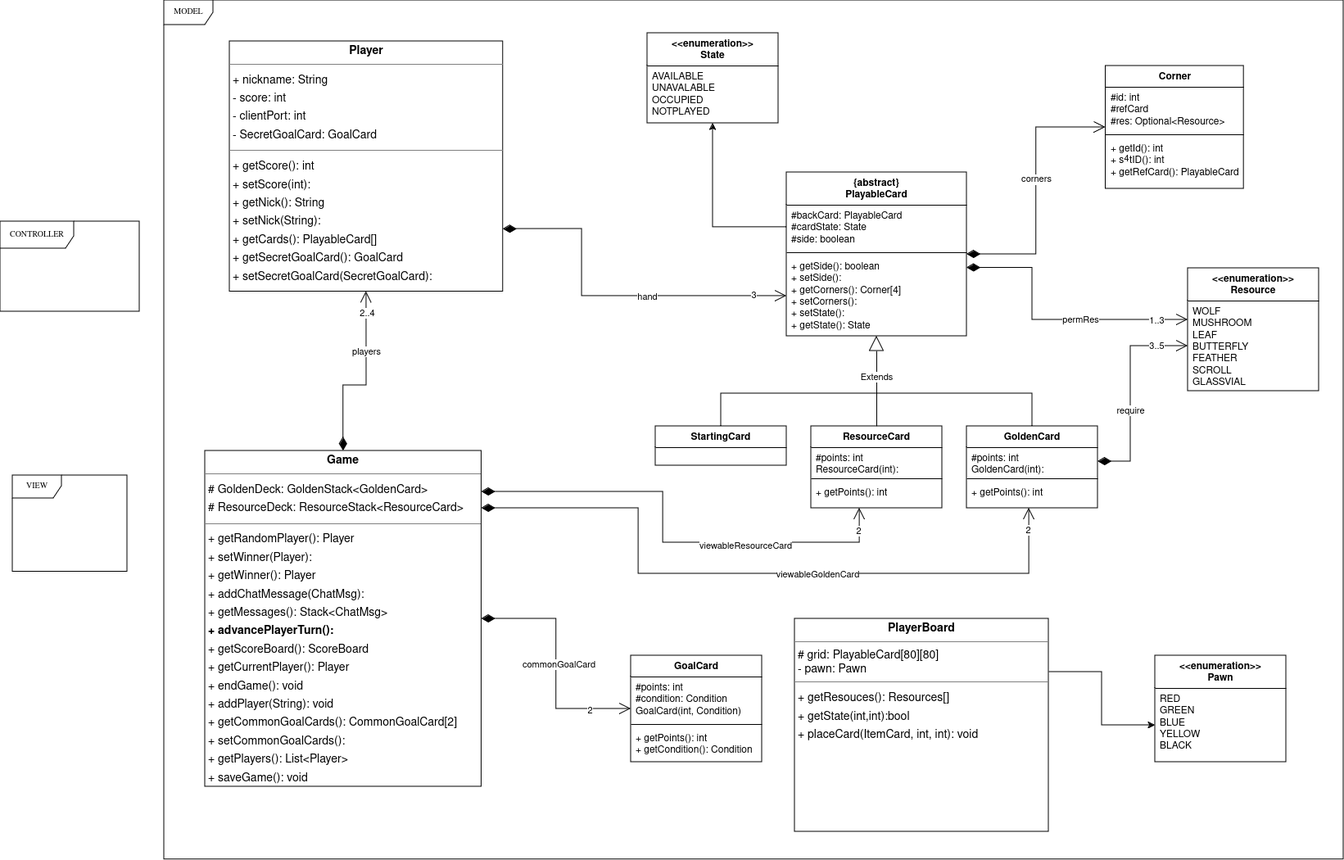
The draw.io diagram UML method.png in RogerTWS02/ing-sw-2024-Esposito-Falzoni-Frisone-Grassi, before a commit. Source tidied: cells renumbered, new cells last; positions are measured from the earlier drawing's top-left corner, leaving out a move shared by most shapes.
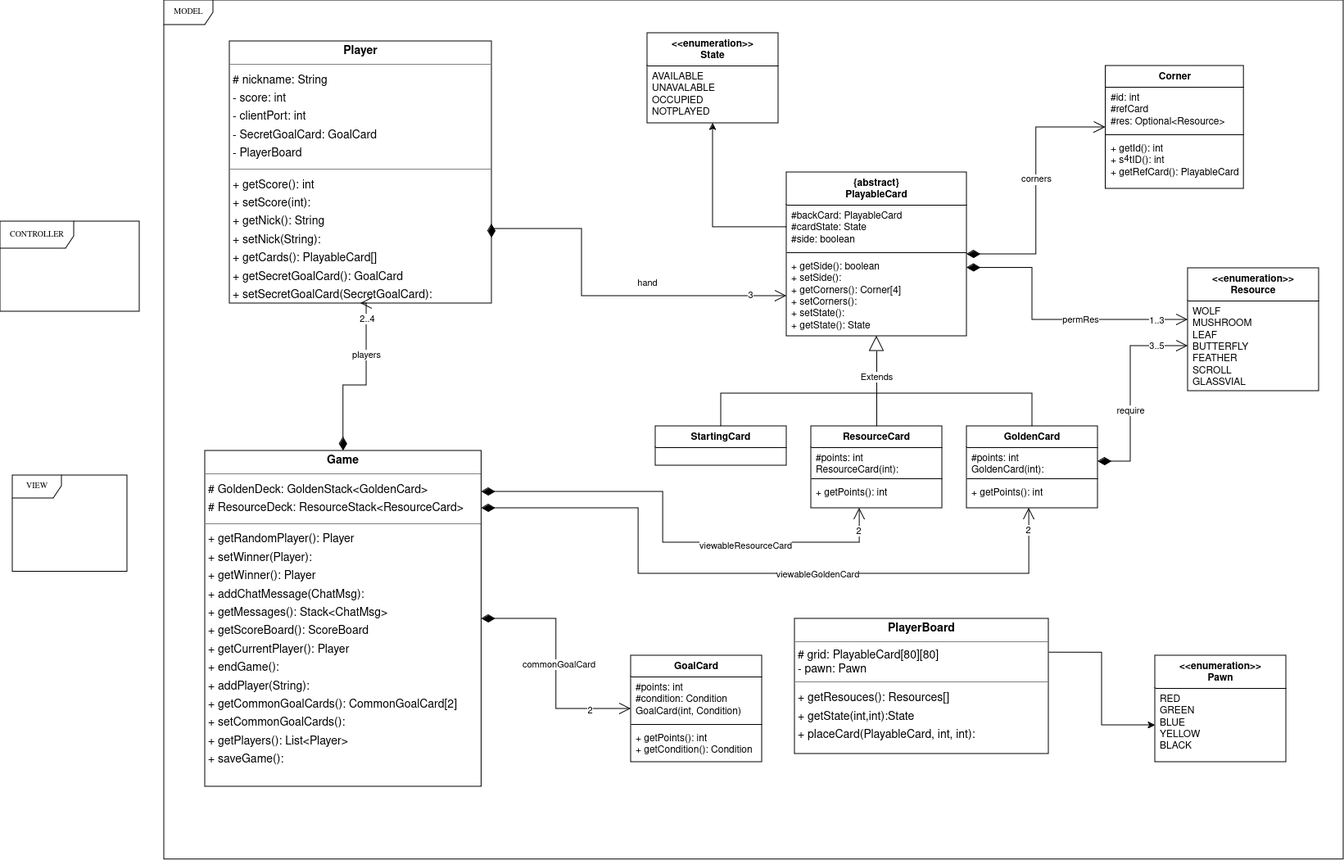
After the commit.

Diff of the diagram source:
```diff
@@ -47,7 +47,7 @@
     <mxCell id="16" value="&lt;div&gt;RED&lt;/div&gt;&lt;div&gt;GREEN&lt;/div&gt;&lt;div&gt;BLUE&lt;/div&gt;&lt;div&gt;YELLOW&lt;/div&gt;&lt;div&gt;BLACK&lt;/div&gt;" style="text;strokeColor=none;fillColor=none;align=left;verticalAlign=top;spacingLeft=4;spacingRight=4;overflow=hidden;points=[[0,0.5],[1,0.5]];portConstraint=eastwest;whiteSpace=wrap;html=1;" parent="15" vertex="1">
       <mxGeometry y="40" width="160" height="90" as="geometry" />
     </mxCell>
-    <mxCell id="17" value="&lt;p style=&quot;margin:0px;margin-top:4px;text-align:center;&quot;&gt;&lt;b&gt;Game&lt;/b&gt;&lt;/p&gt;&lt;hr size=&quot;1&quot;&gt;&lt;p style=&quot;margin:0 0 0 4px;line-height:1.6;&quot;&gt;&lt;span style=&quot;background-color: initial;&quot;&gt;# GoldenDeck: GoldenStack&amp;lt;GoldenCard&amp;gt;&lt;/span&gt;&lt;br&gt;&lt;/p&gt;&lt;div&gt;&lt;p style=&quot;margin: 0px 0px 0px 4px; line-height: 1.6;&quot;&gt;&lt;span style=&quot;background-color: initial;&quot;&gt;# ResourceDeck: ResourceStack&amp;lt;ResourceCard&amp;gt;&lt;/span&gt;&lt;/p&gt;&lt;/div&gt;&lt;hr size=&quot;1&quot;&gt;&lt;p style=&quot;margin:0 0 0 4px;line-height:1.6;&quot;&gt;+ getRandomPlayer(): Player&lt;br&gt;+ setWinner(Player):&lt;/p&gt;&lt;p style=&quot;margin:0 0 0 4px;line-height:1.6;&quot;&gt;+ getWinner(): Player&lt;/p&gt;&lt;p style=&quot;margin:0 0 0 4px;line-height:1.6;&quot;&gt;+ addChatMessage(ChatMsg):&lt;br&gt;+ getMessages(): Stack&amp;lt;ChatMsg&amp;gt;&lt;br&gt;&lt;b&gt;+ advancePlayerTurn():&lt;/b&gt;&lt;br&gt;+ getScoreBoard(): ScoreBoard&lt;br&gt;+ getCurrentPlayer(): Player&lt;br&gt;+ endGame(): void&lt;br&gt;+ addPlayer(String): void&lt;br&gt;+ getCommonGoalCards(): CommonGoalCard[2]&lt;/p&gt;&lt;p style=&quot;margin:0 0 0 4px;line-height:1.6;&quot;&gt;+ setCommonGoalCards():&lt;br&gt;+ getPlayers(): List&amp;lt;Player&amp;gt;&lt;br&gt;+ saveGame(): void&lt;/p&gt;" style="verticalAlign=top;align=left;overflow=fill;fontSize=14;fontFamily=Helvetica;html=1;rounded=0;shadow=0;comic=0;labelBackgroundColor=none;strokeWidth=1;" parent="1" vertex="1">
+    <mxCell id="17" value="&lt;p style=&quot;margin:0px;margin-top:4px;text-align:center;&quot;&gt;&lt;b&gt;Game&lt;/b&gt;&lt;/p&gt;&lt;hr size=&quot;1&quot;&gt;&lt;p style=&quot;margin:0 0 0 4px;line-height:1.6;&quot;&gt;&lt;span style=&quot;background-color: initial;&quot;&gt;# GoldenDeck: GoldenStack&amp;lt;GoldenCard&amp;gt;&lt;/span&gt;&lt;br&gt;&lt;/p&gt;&lt;div&gt;&lt;p style=&quot;margin: 0px 0px 0px 4px; line-height: 1.6;&quot;&gt;&lt;span style=&quot;background-color: initial;&quot;&gt;# ResourceDeck: ResourceStack&amp;lt;ResourceCard&amp;gt;&lt;/span&gt;&lt;/p&gt;&lt;/div&gt;&lt;hr size=&quot;1&quot;&gt;&lt;p style=&quot;margin:0 0 0 4px;line-height:1.6;&quot;&gt;+ getRandomPlayer(): Player&lt;br&gt;+ setWinner(Player):&lt;/p&gt;&lt;p style=&quot;margin:0 0 0 4px;line-height:1.6;&quot;&gt;+ getWinner(): Player&lt;/p&gt;&lt;p style=&quot;margin:0 0 0 4px;line-height:1.6;&quot;&gt;+ addChatMessage(ChatMsg):&lt;br&gt;+ getMessages(): Stack&amp;lt;ChatMsg&amp;gt;&lt;br&gt;+ getScoreBoard(): ScoreBoard&lt;br&gt;+ getCurrentPlayer(): Player&lt;br&gt;+ endGame(): &lt;br&gt;+ addPlayer(String): &lt;br&gt;+ getCommonGoalCards(): CommonGoalCard[2]&lt;/p&gt;&lt;p style=&quot;margin:0 0 0 4px;line-height:1.6;&quot;&gt;+ setCommonGoalCards():&lt;br&gt;+ getPlayers(): List&amp;lt;Player&amp;gt;&lt;br&gt;+ saveGame(): &lt;br&gt;&lt;/p&gt;" style="verticalAlign=top;align=left;overflow=fill;fontSize=14;fontFamily=Helvetica;html=1;rounded=0;shadow=0;comic=0;labelBackgroundColor=none;strokeWidth=1;" parent="1" vertex="1">
       <mxGeometry x="250" y="550" width="337.4" height="410" as="geometry" />
     </mxCell>
     <mxCell id="18" value="Extends" style="endArrow=block;endSize=16;endFill=0;html=1;rounded=0;entryX=0.5;entryY=1;entryDx=0;entryDy=0;exitX=0.5;exitY=0;exitDx=0;exitDy=0;" parent="1" edge="1" source="38" target="4">
@@ -72,11 +72,11 @@
     <mxCell id="21" style="edgeStyle=orthogonalEdgeStyle;rounded=0;jettySize=auto;html=1;exitX=1;exitY=0.25;exitDx=0;exitDy=0;entryX=0;entryY=0.5;entryDx=0;entryDy=0;" parent="1" edge="1" source="22" target="16">
       <mxGeometry relative="1" as="geometry" />
     </mxCell>
-    <mxCell id="22" value="&lt;p style=&quot;margin:0px;margin-top:4px;text-align:center;&quot;&gt;&lt;b&gt;PlayerBoard&lt;/b&gt;&lt;/p&gt;&lt;hr size=&quot;1&quot;&gt;&amp;nbsp;&lt;span style=&quot;background-color: initial;&quot;&gt;# grid: PlayableCard[80][80]&amp;nbsp;&lt;/span&gt;&lt;div&gt;&amp;nbsp;- pawn: Pawn&amp;nbsp;&lt;div&gt;&lt;hr size=&quot;1&quot;&gt;&lt;p style=&quot;margin:0 0 0 4px;line-height:1.6;&quot;&gt;+ getResouces(): Resources[]&lt;br&gt;+ getState(int,int):bool&lt;br&gt;+ placeCard(ItemCard, int, int): void&lt;br&gt;&lt;/p&gt;&lt;/div&gt;&lt;/div&gt;" style="verticalAlign=top;align=left;overflow=fill;fontSize=14;fontFamily=Helvetica;html=1;rounded=0;shadow=0;comic=0;labelBackgroundColor=none;strokeWidth=1;" parent="1" vertex="1">
-      <mxGeometry x="970" y="755" width="310" height="260" as="geometry" />
+    <mxCell id="22" value="&lt;p style=&quot;margin:0px;margin-top:4px;text-align:center;&quot;&gt;&lt;b&gt;PlayerBoard&lt;/b&gt;&lt;/p&gt;&lt;hr size=&quot;1&quot;&gt;&amp;nbsp;&lt;span style=&quot;background-color: initial;&quot;&gt;# grid: PlayableCard[80][80]&amp;nbsp;&lt;/span&gt;&lt;div&gt;&amp;nbsp;- pawn: Pawn&amp;nbsp;&lt;div&gt;&lt;hr size=&quot;1&quot;&gt;&lt;p style=&quot;margin:0 0 0 4px;line-height:1.6;&quot;&gt;+ getResouces(): Resources[]&lt;br&gt;+ getState(int,int):State&lt;br&gt;+ placeCard(PlayableCard, int, int): &lt;br&gt;&lt;/p&gt;&lt;/div&gt;&lt;/div&gt;" style="verticalAlign=top;align=left;overflow=fill;fontSize=14;fontFamily=Helvetica;html=1;rounded=0;shadow=0;comic=0;labelBackgroundColor=none;strokeWidth=1;" parent="1" vertex="1">
+      <mxGeometry x="970" y="755" width="310" height="165" as="geometry" />
     </mxCell>
-    <mxCell id="23" value="&lt;p style=&quot;margin:0px;margin-top:4px;text-align:center;&quot;&gt;&lt;b&gt;Player&lt;/b&gt;&lt;/p&gt;&lt;hr size=&quot;1&quot;&gt;&lt;p style=&quot;margin:0 0 0 4px;line-height:1.6;&quot;&gt;+ nickname: String&lt;/p&gt;&lt;p style=&quot;margin:0 0 0 4px;line-height:1.6;&quot;&gt;- score: int&lt;/p&gt;&lt;p style=&quot;margin:0 0 0 4px;line-height:1.6;&quot;&gt;- clientPort: int&lt;/p&gt;&lt;p style=&quot;margin:0 0 0 4px;line-height:1.6;&quot;&gt;- SecretGoalCard: GoalCard&lt;/p&gt;&lt;hr size=&quot;1&quot;&gt;&lt;p style=&quot;margin:0 0 0 4px;line-height:1.6;&quot;&gt;+ getScore(): int&lt;/p&gt;&lt;p style=&quot;margin:0 0 0 4px;line-height:1.6;&quot;&gt;+ setScore(int):&amp;nbsp;&lt;br&gt;+ getNick(): String&lt;/p&gt;&lt;p style=&quot;margin:0 0 0 4px;line-height:1.6;&quot;&gt;+ setNick(String):&lt;/p&gt;&lt;p style=&quot;margin:0 0 0 4px;line-height:1.6;&quot;&gt;+ getCards(): PlayableCard[]&lt;br&gt;+ getSecretGoalCard(): GoalCard&lt;br&gt;+ setSecretGoalCard(SecretGoalCard):&amp;nbsp;&lt;br&gt;&lt;/p&gt;" style="verticalAlign=top;align=left;overflow=fill;fontSize=14;fontFamily=Helvetica;html=1;rounded=0;shadow=0;comic=0;labelBackgroundColor=none;strokeWidth=1;" parent="1" vertex="1">
-      <mxGeometry x="280" y="50" width="333.7" height="305.5" as="geometry" />
+    <mxCell id="23" value="&lt;p style=&quot;margin:0px;margin-top:4px;text-align:center;&quot;&gt;&lt;b&gt;Player&lt;/b&gt;&lt;/p&gt;&lt;hr size=&quot;1&quot;&gt;&lt;p style=&quot;margin:0 0 0 4px;line-height:1.6;&quot;&gt;# nickname: String&lt;/p&gt;&lt;p style=&quot;margin:0 0 0 4px;line-height:1.6;&quot;&gt;- score: int&lt;/p&gt;&lt;p style=&quot;margin:0 0 0 4px;line-height:1.6;&quot;&gt;- clientPort: int&lt;/p&gt;&lt;p style=&quot;margin:0 0 0 4px;line-height:1.6;&quot;&gt;- SecretGoalCard: GoalCard&lt;/p&gt;&lt;p style=&quot;margin:0 0 0 4px;line-height:1.6;&quot;&gt;- PlayerBoard&lt;br&gt;&lt;/p&gt;&lt;hr size=&quot;1&quot;&gt;&lt;p style=&quot;margin:0 0 0 4px;line-height:1.6;&quot;&gt;+ getScore(): int&lt;/p&gt;&lt;p style=&quot;margin:0 0 0 4px;line-height:1.6;&quot;&gt;+ setScore(int):&amp;nbsp;&lt;br&gt;+ getNick(): String&lt;/p&gt;&lt;p style=&quot;margin:0 0 0 4px;line-height:1.6;&quot;&gt;+ setNick(String):&lt;/p&gt;&lt;p style=&quot;margin:0 0 0 4px;line-height:1.6;&quot;&gt;+ getCards(): PlayableCard[]&lt;br&gt;+ getSecretGoalCard(): GoalCard&lt;br&gt;+ setSecretGoalCard(SecretGoalCard):&amp;nbsp;&lt;br&gt;&lt;/p&gt;" style="verticalAlign=top;align=left;overflow=fill;fontSize=14;fontFamily=Helvetica;html=1;rounded=0;shadow=0;comic=0;labelBackgroundColor=none;strokeWidth=1;" parent="1" vertex="1">
+      <mxGeometry x="280" y="50" width="320" height="320" as="geometry" />
     </mxCell>
     <mxCell id="24" value="&amp;lt;&amp;lt;enumeration&amp;gt;&amp;gt;&lt;br&gt;State" style="swimlane;fontStyle=1;align=center;verticalAlign=top;horizontal=1;startSize=40;whiteSpace=wrap;html=1;" parent="1" vertex="1">
       <mxGeometry x="790" y="40" width="160" height="110" as="geometry" />
```
